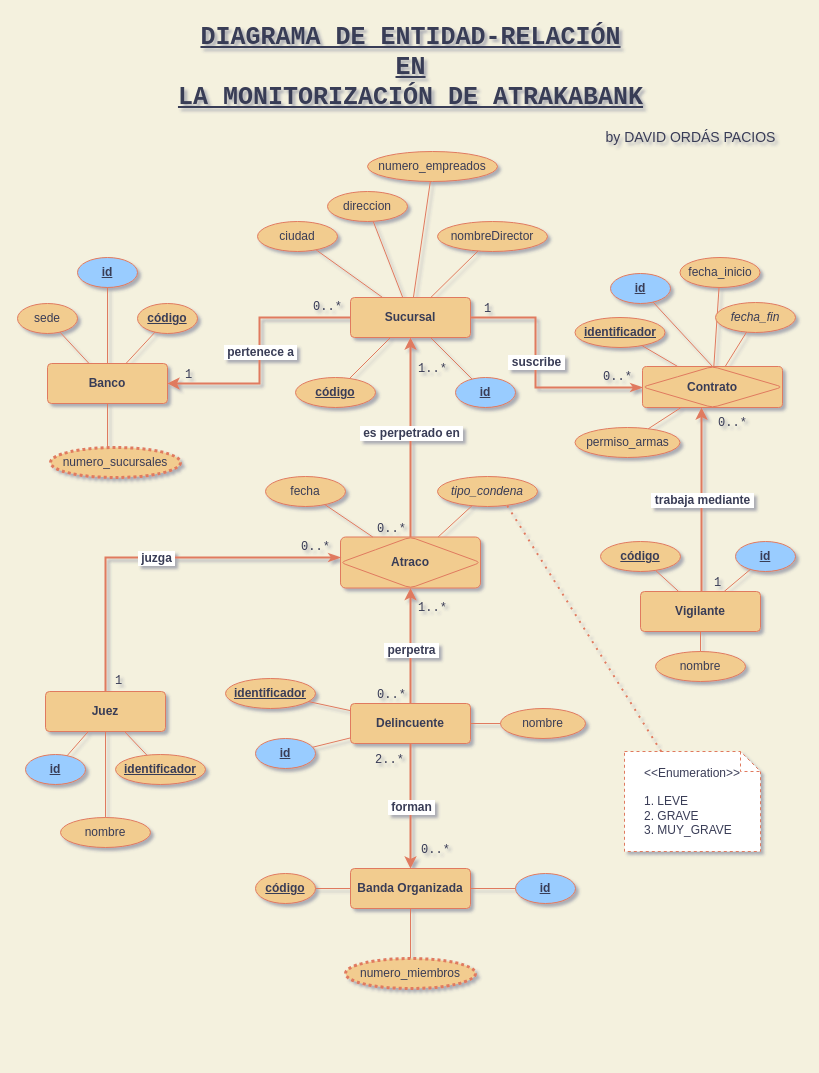
Before: page "Diagrama ERD" (1 of 3) of diagrams/atrakabank.drawio in davorpa/atrakabank-jpa-hibernate-console, a draw.io diagram. Source tidied: cells renumbered, new cells numbered last; positions are measured from the earlier drawing's top-left corner, leaving out a move shared by most shapes. Both pictures are drawn from the tidied source at 100%, with x=0, y=0 at pixel (17, 17).
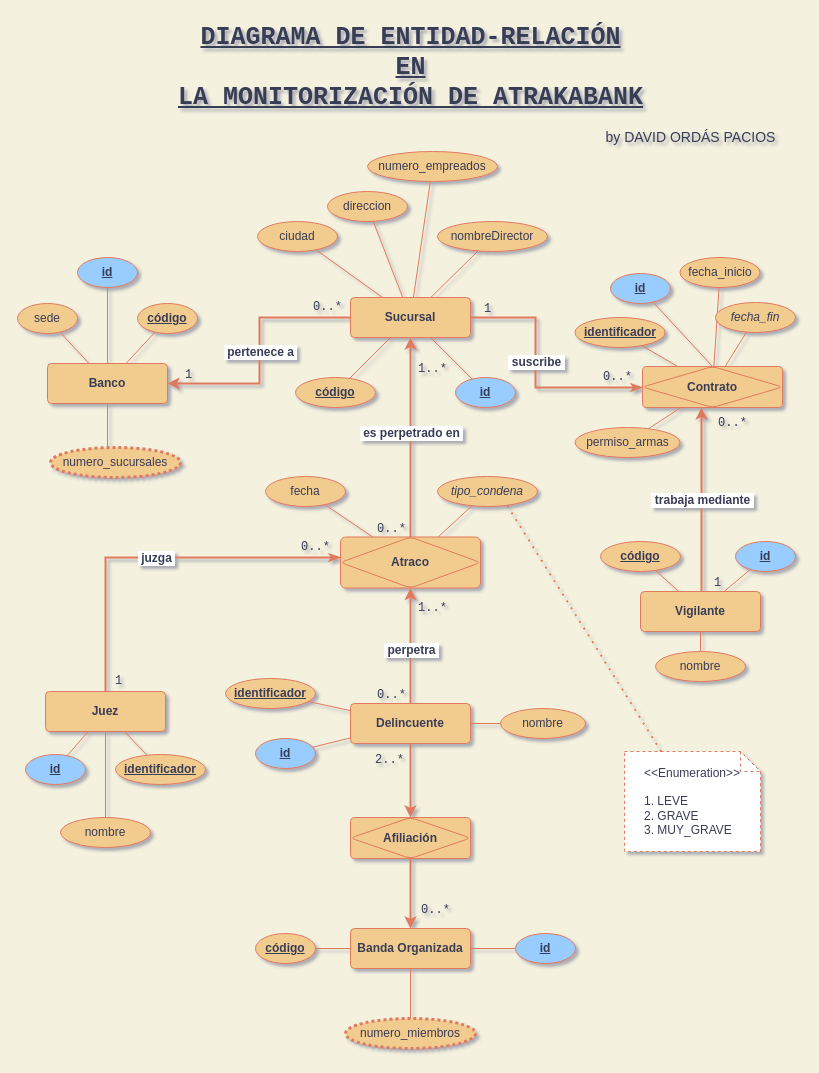
The same page after the edit.

The change refers to these unchanged cells:
```xml
<mxCell id="20" value="Delincuente" style="rounded=1;arcSize=10;whiteSpace=wrap;html=1;align=center;fontStyle=1;fillColor=#F2CC8F;strokeColor=#E07A5F;fontColor=#393C56;" parent="1" vertex="1">
  <mxGeometry x="333" y="686" width="120" height="40" as="geometry" />
</mxCell>
```

What changed in the source:
```diff
@@
     <mxCell id="52" value="Banda Organizada" style="rounded=1;arcSize=10;whiteSpace=wrap;html=1;align=center;fontStyle=1;fillColor=#F2CC8F;strokeColor=#E07A5F;fontColor=#393C56;" parent="1" vertex="1">
-      <mxGeometry x="333" y="851" width="120" height="40" as="geometry" />
+      <mxGeometry x="333" y="911" width="120" height="40" as="geometry" />
     </mxCell>
     <mxCell id="53" value="código" style="ellipse;whiteSpace=wrap;html=1;align=center;fontStyle=5;labelBackgroundColor=none;fillColor=#F2CC8F;strokeColor=#E07A5F;fontColor=#393C56;" parent="1" vertex="1">
-      <mxGeometry x="238" y="856" width="60" height="30" as="geometry" />
+      <mxGeometry x="238" y="916" width="60" height="30" as="geometry" />
     </mxCell>
@@
     <mxCell id="55" value="numero_miembros" style="ellipse;whiteSpace=wrap;html=1;align=center;fontStyle=0;fillColor=#F2CC8F;strokeColor=#E07A5F;fontColor=#393C56;dashed=1;strokeWidth=3;dashPattern=1 1;" parent="1" vertex="1">
-      <mxGeometry x="328" y="941" width="130" height="30" as="geometry" />
+      <mxGeometry x="328" y="1001" width="130" height="30" as="geometry" />
     </mxCell>
@@
     <mxCell id="57" value="id" style="ellipse;whiteSpace=wrap;html=1;align=center;fontStyle=5;fillColor=#99CCFF;strokeColor=#E07A5F;fontColor=#393C56;" parent="1" vertex="1">
-      <mxGeometry x="498" y="856" width="60" height="30" as="geometry" />
+      <mxGeometry x="498" y="916" width="60" height="30" as="geometry" />
     </mxCell>
@@
-    <mxCell id="59" style="endArrow=classic;html=1;rounded=0;edgeStyle=elbowEdgeStyle;labelBackgroundColor=#F4F1DE;strokeColor=#E07A5F;fontColor=#393C56;strokeWidth=2;" parent="1" edge="1" source="20" target="52">
+    <mxCell id="59" style="endArrow=classic;html=1;rounded=0;edgeStyle=elbowEdgeStyle;labelBackgroundColor=#F4F1DE;strokeColor=#E07A5F;fontColor=#393C56;strokeWidth=2;" parent="1" edge="1" source="20" target="100">
       <mxGeometry relative="1" as="geometry" />
     </mxCell>
-    <mxCell id="60" value="&amp;nbsp;forman&amp;nbsp;" style="edgeLabel;html=1;align=center;verticalAlign=middle;dashed=1;dashPattern=1 1;strokeWidth=3;labelBackgroundColor=default;fontColor=#393C56;fontSize=12;fontStyle=1;" parent="59" vertex="1">
-      <mxGeometry relative="1" as="geometry" />
-    </mxCell>
@@
-    <mxCell id="62" value="0..*" style="edgeLabel;html=1;align=center;verticalAlign=bottom;dashed=1;dashPattern=1 1;strokeWidth=3;labelBackgroundColor=none;fontColor=#393C56;fontSize=12;fontFamily=Courier New;" parent="59" vertex="1">
-      <mxGeometry x="1" relative="1" as="geometry">
-        <mxPoint x="24" y="-10" as="offset" />
-      </mxGeometry>
-    </mxCell>
@@
+    <mxCell id="100" value="Afiliación" style="shape=associativeEntity;whiteSpace=wrap;html=1;align=center;fillColor=#F2CC8F;strokeColor=#E07A5F;fontColor=#393C56;rounded=1;arcSize=10;fontStyle=1;" parent="1" vertex="1">
+      <mxGeometry x="333" y="800" width="120" height="41" as="geometry" />
+    </mxCell>
+    <mxCell id="101" style="endArrow=classic;html=1;rounded=0;edgeStyle=elbowEdgeStyle;labelBackgroundColor=#F4F1DE;strokeColor=#E07A5F;fontColor=#393C56;strokeWidth=2;" parent="1" edge="1" source="100" target="52">
+      <mxGeometry relative="1" as="geometry" />
+    </mxCell>
+    <mxCell id="62" value="0..*" style="edgeLabel;html=1;align=center;verticalAlign=bottom;dashed=1;dashPattern=1 1;strokeWidth=3;labelBackgroundColor=none;fontColor=#393C56;fontSize=12;fontFamily=Courier New;" parent="101" vertex="1">
+      <mxGeometry x="1" relative="1" as="geometry">
+        <mxPoint x="24" y="-10" as="offset" />
+      </mxGeometry>
+    </mxCell>
```
